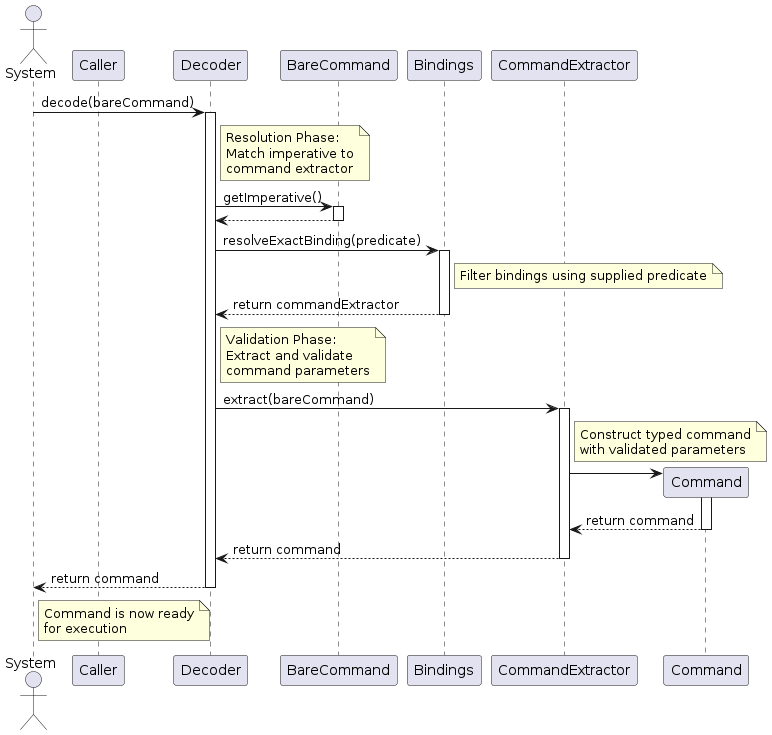
This is diagrams/assembly/DecodingSequence.png from AY2526S1-CS2103T-T13-2/tp, a PlantUML export, as it was before one commit. Its source is kept beside it as diagrams/assembly/DecodingSequence.puml.
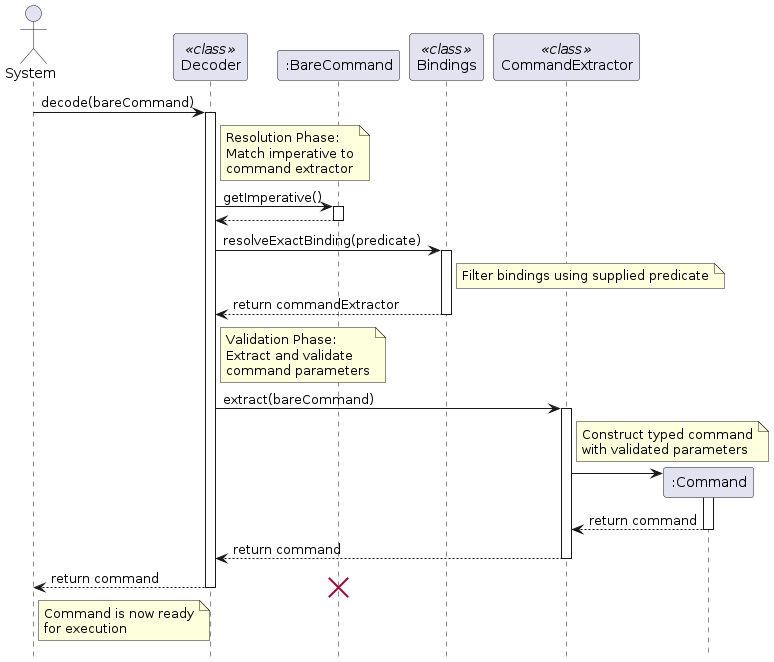
After the change.

What changed in the source:
```diff
@@ -1,11 +1,11 @@
 @startuml
+hide footbox
 actor System
-participant "Caller" as Caller
-participant "Decoder" as Decoder
-participant "BareCommand" as BareCmd
-participant "Bindings" as Bindings
-participant "CommandExtractor" as Extractor
-participant "Command" as Cmd
+participant "Decoder" as Decoder <<class>>
+participant ":BareCommand" as BareCmd
+participant "Bindings" as Bindings <<class>>
+participant "CommandExtractor" as Extractor <<class>>
+participant ":Command" as Cmd
 
 System -> Decoder: decode(bareCommand)
 activate Decoder
@@ -57,6 +57,8 @@
 Decoder --> System: return command
 deactivate Decoder
 
+destroy BareCmd
+
 note right of System
   Command is now ready
   for execution
```
